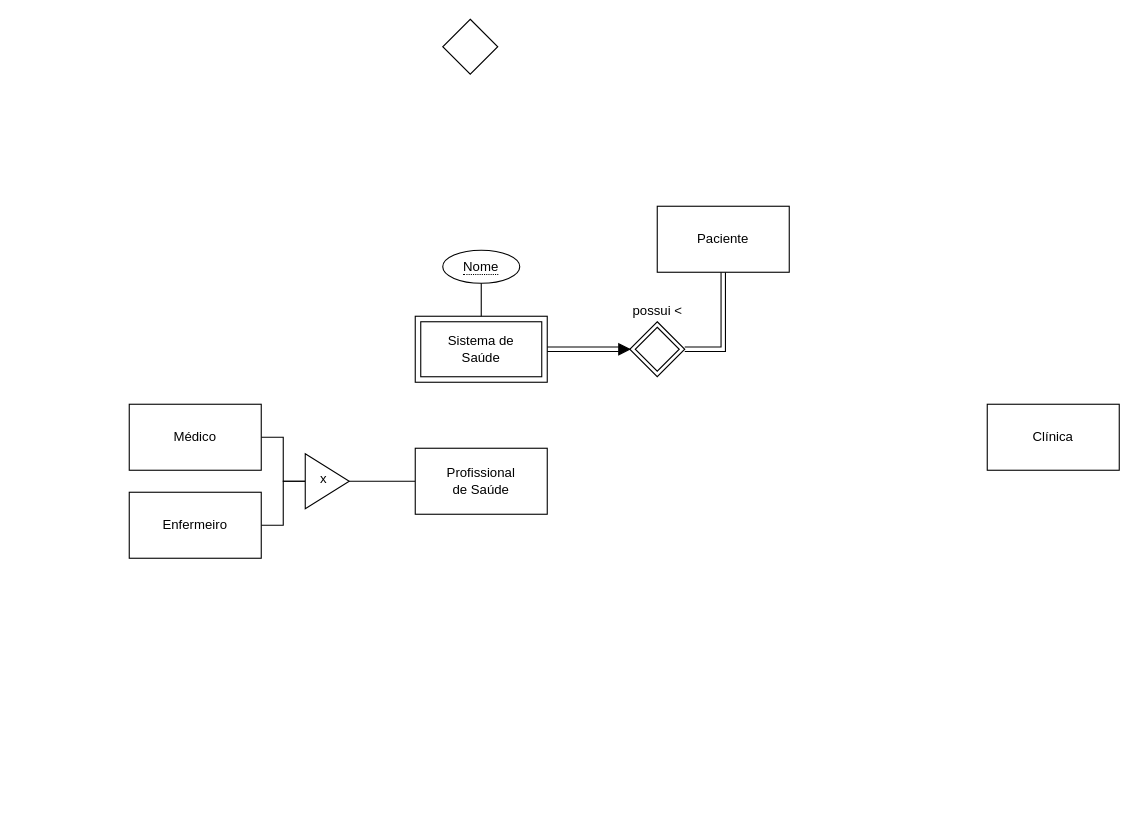
Above: p01/EA-Diagram.drawio in SrGesus/bd-projects-23 (draw.io), before the change. Source tidied: cells renumbered, new cells numbered last; positions are measured from the earlier drawing's top-left corner, leaving out a move shared by most shapes. Both pictures are drawn from the tidied source at 110%, with x=0, y=0 at pixel (129, 19).
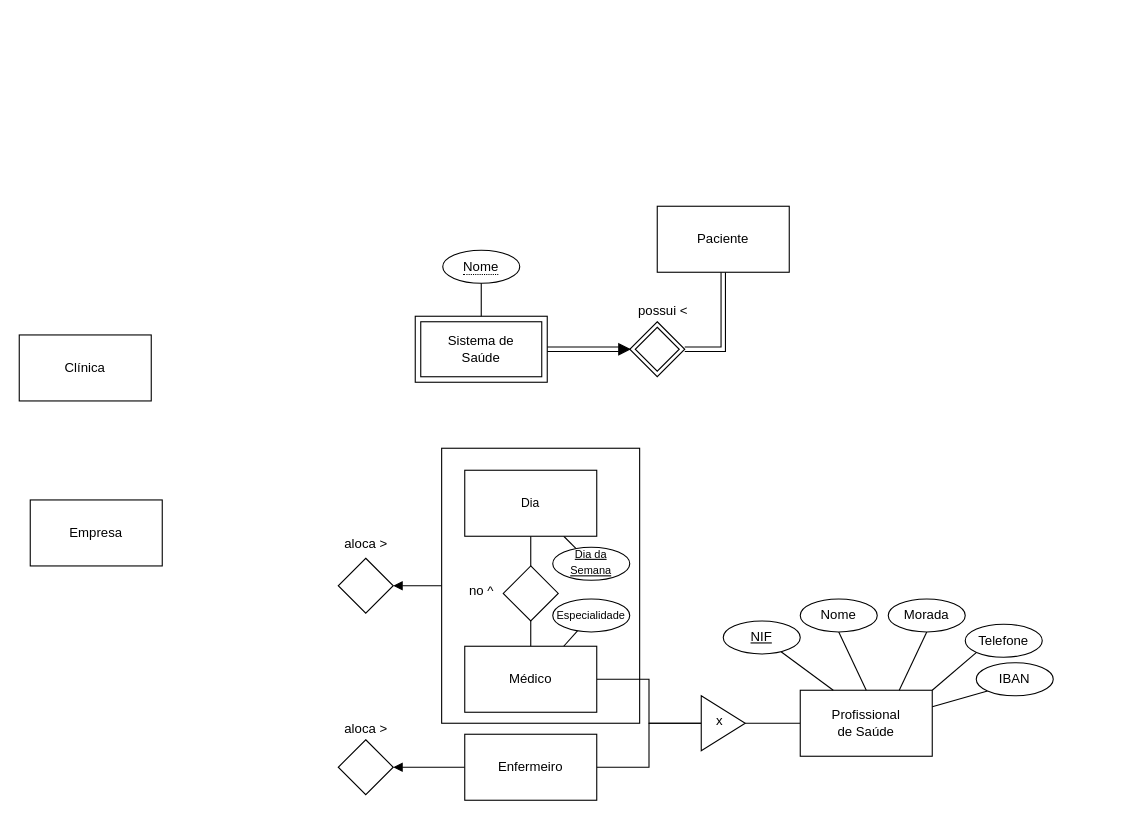
The same diagram, later.

What changed in the source:
```diff
@@
     <mxCell id="4" style="rhombus;whiteSpace=wrap;html=1;" parent="1" vertex="1">
-      <mxGeometry x="285" width="50" height="50" as="geometry" />
+      <mxGeometry x="190" y="655" width="50" height="50" as="geometry" />
     </mxCell>
@@
     <mxCell id="13" value="possui &amp;lt;" style="text;html=1;align=center;verticalAlign=middle;strokeColor=none;fillColor=none;" parent="1" vertex="1">
-      <mxGeometry x="445" y="250" width="70" height="30" as="geometry" />
+      <mxGeometry x="450" y="250" width="70" height="30" as="geometry" />
     </mxCell>
@@
     <mxCell id="16" value="&lt;div&gt;Clínica&lt;/div&gt;" style="whiteSpace=wrap;html=1;" parent="1" vertex="1">
-      <mxGeometry x="780" y="350" width="120" height="60" as="geometry" />
+      <mxGeometry x="-100" y="287" width="120" height="60" as="geometry" />
     </mxCell>
@@
     <mxCell id="18" value="Profissional&lt;br&gt;de Saúde" style="whiteSpace=wrap;html=1;" parent="1" vertex="1">
-      <mxGeometry x="260" y="390" width="120" height="60" as="geometry" />
+      <mxGeometry x="610" y="610" width="120" height="60" as="geometry" />
     </mxCell>
@@
+    <mxCell id="24" style="edgeStyle=none;rounded=0;jettySize=auto;html=1;entryX=0.5;entryY=1;entryDx=0;entryDy=0;strokeColor=default;align=center;verticalAlign=middle;fontFamily=Helvetica;fontSize=11;fontColor=default;labelBackgroundColor=default;endArrow=none;endFill=0;" parent="1" edge="1" source="20" target="42">
+      <mxGeometry relative="1" as="geometry" />
+    </mxCell>
     <mxCell id="20" value="Médico" style="whiteSpace=wrap;html=1;" parent="1" vertex="1">
-      <mxGeometry y="350" width="120" height="60" as="geometry" />
+      <mxGeometry x="305" y="570" width="120" height="60" as="geometry" />
     </mxCell>
@@
+    <mxCell id="25" style="edgeStyle=none;rounded=0;jettySize=auto;html=1;entryX=1;entryY=0.5;entryDx=0;entryDy=0;strokeColor=default;align=center;verticalAlign=middle;fontFamily=Helvetica;fontSize=11;fontColor=default;labelBackgroundColor=default;endArrow=block;endFill=1;" parent="1" edge="1" source="22" target="4">
+      <mxGeometry relative="1" as="geometry" />
+    </mxCell>
     <mxCell id="22" value="Enfermeiro" style="whiteSpace=wrap;html=1;" parent="1" vertex="1">
-      <mxGeometry y="430" width="120" height="60" as="geometry" />
+      <mxGeometry x="305" y="650" width="120" height="60" as="geometry" />
     </mxCell>
     <mxCell id="23" value="x" style="triangle;whiteSpace=wrap;html=1;verticalAlign=middle;align=left;spacingTop=2;spacingBottom=6;spacingLeft=11;spacing=3;" parent="1" vertex="1">
-      <mxGeometry x="160" y="395" width="40" height="50" as="geometry" />
+      <mxGeometry x="520" y="615" width="40" height="50" as="geometry" />
     </mxCell>
+    <mxCell id="26" style="rounded=0;jettySize=auto;html=1;entryX=0.25;entryY=0;entryDx=0;entryDy=0;endArrow=none;endFill=0;" parent="1" edge="1" source="27" target="18">
+      <mxGeometry relative="1" as="geometry" />
+    </mxCell>
+    <mxCell id="27" value="NIF" style="ellipse;whiteSpace=wrap;html=1;align=center;fontStyle=4;" parent="1" vertex="1">
+      <mxGeometry x="540" y="547" width="70" height="30" as="geometry" />
+    </mxCell>
+    <mxCell id="28" style="rounded=0;jettySize=auto;html=1;exitX=0.5;exitY=1;exitDx=0;exitDy=0;entryX=0.5;entryY=0;entryDx=0;entryDy=0;endArrow=none;endFill=0;" parent="1" edge="1" source="29" target="18">
+      <mxGeometry relative="1" as="geometry" />
+    </mxCell>
+    <mxCell id="29" value="Nome" style="ellipse;whiteSpace=wrap;html=1;align=center;fontStyle=0;" parent="1" vertex="1">
+      <mxGeometry x="610" y="527" width="70" height="30" as="geometry" />
+    </mxCell>
+    <mxCell id="30" style="rounded=0;jettySize=auto;html=1;exitX=0.5;exitY=1;exitDx=0;exitDy=0;entryX=0.75;entryY=0;entryDx=0;entryDy=0;endArrow=none;endFill=0;" parent="1" edge="1" source="31" target="18">
+      <mxGeometry relative="1" as="geometry" />
+    </mxCell>
+    <mxCell id="31" value="Morada" style="ellipse;whiteSpace=wrap;html=1;align=center;fontStyle=0;" parent="1" vertex="1">
+      <mxGeometry x="690" y="527" width="70" height="30" as="geometry" />
+    </mxCell>
+    <mxCell id="32" style="rounded=0;jettySize=auto;html=1;exitX=0;exitY=1;exitDx=0;exitDy=0;entryX=1;entryY=0;entryDx=0;entryDy=0;endArrow=none;endFill=0;" parent="1" edge="1" source="33" target="18">
+      <mxGeometry relative="1" as="geometry" />
+    </mxCell>
+    <mxCell id="33" value="Telefone" style="ellipse;whiteSpace=wrap;html=1;align=center;fontStyle=0;" parent="1" vertex="1">
+      <mxGeometry x="760" y="550" width="70" height="30" as="geometry" />
+    </mxCell>
+    <mxCell id="34" style="rounded=0;jettySize=auto;html=1;exitX=0;exitY=1;exitDx=0;exitDy=0;entryX=1;entryY=0.25;entryDx=0;entryDy=0;endArrow=none;endFill=0;" parent="1" edge="1" source="35" target="18">
+      <mxGeometry relative="1" as="geometry" />
+    </mxCell>
+    <mxCell id="35" value="IBAN" style="ellipse;whiteSpace=wrap;html=1;align=center;fontStyle=0;" parent="1" vertex="1">
+      <mxGeometry x="770" y="585" width="70" height="30" as="geometry" />
+    </mxCell>
+    <mxCell id="36" style="rounded=0;jettySize=auto;html=1;entryX=0.75;entryY=0;entryDx=0;entryDy=0;endArrow=none;endFill=0;" parent="1" edge="1" source="37" target="20">
+      <mxGeometry relative="1" as="geometry" />
+    </mxCell>
+    <mxCell id="37" value="&lt;font style=&quot;font-size: 10px;&quot;&gt;Especialidade&lt;/font&gt;" style="ellipse;whiteSpace=wrap;html=1;align=center;fontStyle=0;" parent="1" vertex="1">
+      <mxGeometry x="385" y="527" width="70" height="30" as="geometry" />
+    </mxCell>
+    <mxCell id="38" value="Empresa" style="whiteSpace=wrap;html=1;" parent="1" vertex="1">
+      <mxGeometry x="-90" y="437" width="120" height="60" as="geometry" />
+    </mxCell>
+    <mxCell id="39" style="rhombus;whiteSpace=wrap;html=1;" parent="1" vertex="1">
+      <mxGeometry x="190" y="490" width="50" height="50" as="geometry" />
+    </mxCell>
+    <mxCell id="40" value="aloca &amp;gt;" style="text;html=1;align=center;verticalAlign=middle;strokeColor=none;fillColor=none;" parent="1" vertex="1">
+      <mxGeometry x="185" y="630" width="60" height="30" as="geometry" />
+    </mxCell>
+    <mxCell id="41" value="aloca &amp;gt;" style="text;html=1;align=center;verticalAlign=middle;strokeColor=none;fillColor=none;" parent="1" vertex="1">
+      <mxGeometry x="185" y="462" width="60" height="30" as="geometry" />
+    </mxCell>
+    <mxCell id="42" style="rhombus;whiteSpace=wrap;html=1;" parent="1" vertex="1">
+      <mxGeometry x="340" y="497" width="50" height="50" as="geometry" />
+    </mxCell>
+    <mxCell id="43" style="edgeStyle=none;rounded=0;jettySize=auto;html=1;entryX=0.5;entryY=0;entryDx=0;entryDy=0;strokeColor=default;align=center;verticalAlign=middle;fontFamily=Helvetica;fontSize=11;fontColor=default;labelBackgroundColor=default;endArrow=none;endFill=0;" parent="1" edge="1" source="45" target="42">
+      <mxGeometry relative="1" as="geometry" />
+    </mxCell>
+    <mxCell id="44" style="edgeStyle=none;rounded=0;jettySize=auto;html=1;strokeColor=default;align=center;verticalAlign=middle;fontFamily=Helvetica;fontSize=11;fontColor=default;labelBackgroundColor=default;endArrow=none;endFill=0;" parent="1" edge="1" source="45" target="47">
+      <mxGeometry relative="1" as="geometry" />
+    </mxCell>
+    <mxCell id="45" value="Dia" style="whiteSpace=wrap;html=1;fontFamily=Helvetica;fontSize=11;fontColor=default;labelBackgroundColor=default;" parent="1" vertex="1">
+      <mxGeometry x="305" y="410" width="120" height="60" as="geometry" />
+    </mxCell>
+    <mxCell id="46" value="no ^" style="text;html=1;align=center;verticalAlign=middle;strokeColor=none;fillColor=none;" parent="1" vertex="1">
+      <mxGeometry x="295" y="505" width="50" height="30" as="geometry" />
+    </mxCell>
+    <mxCell id="47" value="&lt;font style=&quot;font-size: 10px;&quot;&gt;Dia da&lt;br&gt;Semana&lt;br&gt;&lt;/font&gt;" style="ellipse;whiteSpace=wrap;html=1;align=center;fontStyle=4;verticalAlign=bottom;" parent="1" vertex="1">
+      <mxGeometry x="385" y="480" width="70" height="30" as="geometry" />
+    </mxCell>
+    <mxCell id="48" style="edgeStyle=none;rounded=0;jettySize=auto;html=1;entryX=1;entryY=0.5;entryDx=0;entryDy=0;strokeColor=default;align=center;verticalAlign=middle;fontFamily=Helvetica;fontSize=11;fontColor=default;labelBackgroundColor=default;endArrow=block;endFill=1;" parent="1" edge="1" source="49" target="39">
+      <mxGeometry relative="1" as="geometry" />
+    </mxCell>
+    <mxCell id="49" style="whiteSpace=wrap;html=1;fontFamily=Helvetica;fontSize=11;fontColor=default;labelBackgroundColor=default;fillColor=none;" parent="1" vertex="1">
+      <mxGeometry x="284" y="390" width="180" height="250" as="geometry" />
+    </mxCell>
```
